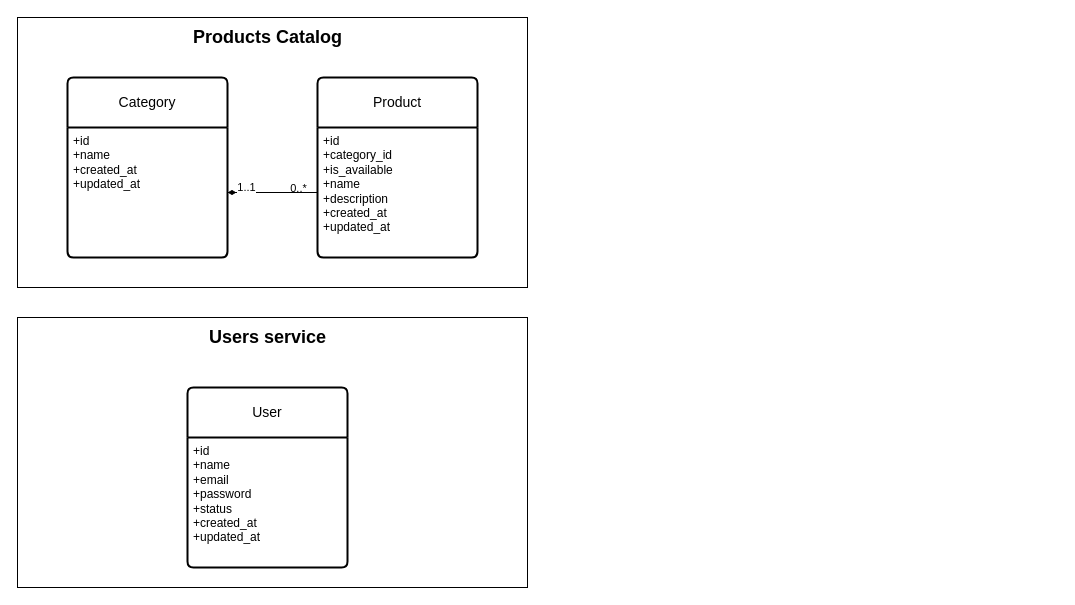
gustavoc0imbra/petshop-seuamigao keeps this draw.io diagram as data-architecure.drawio. Above is the earlier version. Source tidied: cells renumbered, new cells numbered last; positions are measured from the earlier drawing's top-left corner, leaving out a move shared by most shapes. Both pictures are drawn from the tidied source at 100%, with x=0, y=0 at pixel (17, 17).
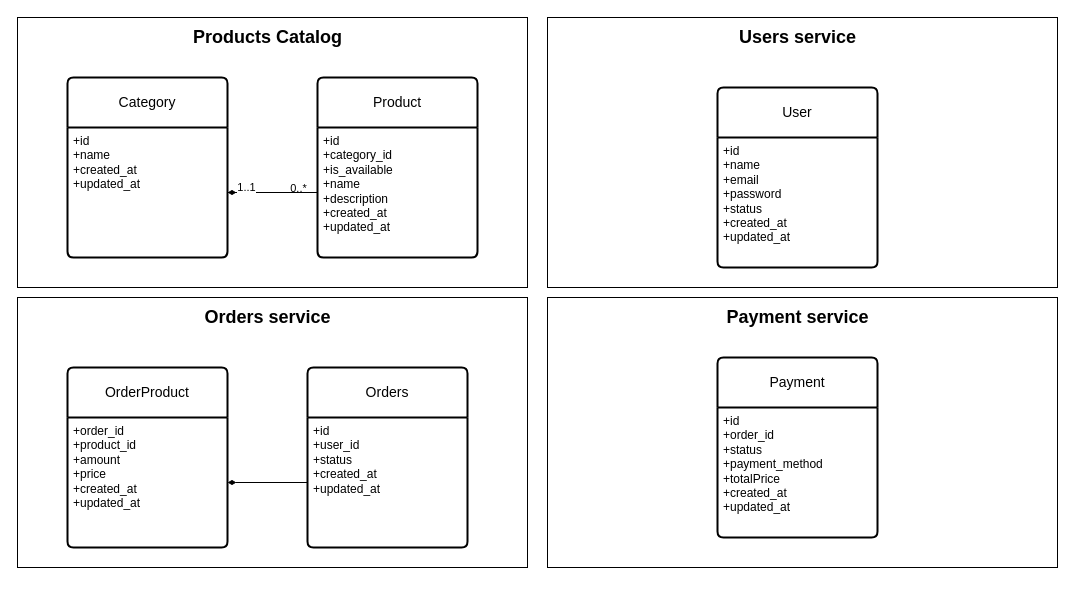
After the change.

Commit message:
Create anothers data diagram

Diff of the diagram source:
```diff
@@
+    <mxCell id="16" style="group;" parent="1" vertex="1">
+      <mxGeometry x="530" width="510" height="270" as="geometry" />
+    </mxCell>
-    <mxCell id="12" style="rounded=0;whiteSpace=wrap;html=1;" parent="1" vertex="1">
-      <mxGeometry y="300" width="510" height="270" as="geometry" />
+    <mxCell id="12" style="rounded=0;whiteSpace=wrap;html=1;" parent="16" vertex="1">
+      <mxGeometry width="510" height="270" as="geometry" />
     </mxCell>
-    <mxCell id="13" value="User" style="swimlane;horizontal=1;startSize=50;rounded=1;fontSize=14;fontStyle=0;strokeWidth=2;shadow=0;dashed=0;align=center;arcSize=4;whiteSpace=wrap;html=1;" parent="1" vertex="1">
-      <mxGeometry x="170" y="370" width="160" height="180" as="geometry" />
+    <mxCell id="13" value="User" style="swimlane;horizontal=1;startSize=50;rounded=1;fontSize=14;fontStyle=0;strokeWidth=2;shadow=0;dashed=0;align=center;arcSize=4;whiteSpace=wrap;html=1;" parent="16" vertex="1">
+      <mxGeometry x="170" y="70" width="160" height="180" as="geometry" />
     </mxCell>
@@
-    <mxCell id="15" value="Users service" style="text;html=1;align=center;verticalAlign=middle;strokeColor=none;fillColor=none;fontSize=18;fontStyle=1;" parent="1" vertex="1">
-      <mxGeometry x="185" y="300" width="130" height="40" as="geometry" />
+    <mxCell id="15" value="Users service" style="text;html=1;align=center;verticalAlign=middle;strokeColor=none;fillColor=none;fontSize=18;fontStyle=1;" parent="16" vertex="1">
+      <mxGeometry x="185" width="130" height="40" as="geometry" />
     </mxCell>
+    <mxCell id="17" style="group;" parent="1" vertex="1">
+      <mxGeometry y="280" width="510" height="270" as="geometry" />
+    </mxCell>
+    <mxCell id="18" style="rounded=0;whiteSpace=wrap;html=1;" parent="17" vertex="1">
+      <mxGeometry width="510" height="270" as="geometry" />
+    </mxCell>
+    <mxCell id="19" value="Orders" style="swimlane;horizontal=1;startSize=50;rounded=1;fontSize=14;fontStyle=0;strokeWidth=2;shadow=0;dashed=0;align=center;arcSize=4;whiteSpace=wrap;html=1;" parent="17" vertex="1">
+      <mxGeometry x="290" y="70" width="160" height="180" as="geometry" />
+    </mxCell>
+    <mxCell id="20" value="+id&lt;div&gt;+user_id&lt;br&gt;&lt;div&gt;+status&lt;br&gt;&lt;div&gt;+created_at&lt;/div&gt;&lt;div&gt;+updated_at&lt;/div&gt;&lt;/div&gt;&lt;/div&gt;" style="align=left;strokeColor=none;fillColor=none;spacingLeft=4;spacingRight=4;fontSize=12;verticalAlign=top;html=1;whiteSpace=wrap;" parent="19" vertex="1">
+      <mxGeometry y="50" width="160" height="130" as="geometry" />
+    </mxCell>
+    <mxCell id="21" value="Orders service" style="text;html=1;align=center;verticalAlign=middle;strokeColor=none;fillColor=none;fontSize=18;fontStyle=1;" parent="17" vertex="1">
+      <mxGeometry x="180" width="140" height="40" as="geometry" />
+    </mxCell>
+    <mxCell id="22" value="OrderProduct" style="swimlane;horizontal=1;startSize=50;rounded=1;fontSize=14;fontStyle=0;strokeWidth=2;shadow=0;dashed=0;align=center;arcSize=4;whiteSpace=wrap;html=1;" parent="17" vertex="1">
+      <mxGeometry x="50" y="70" width="160" height="180" as="geometry" />
+    </mxCell>
+    <mxCell id="23" value="+order_id&lt;div&gt;+product_id&lt;br&gt;+amount&lt;br&gt;+price&lt;br&gt;&lt;div&gt;+created_at&lt;/div&gt;&lt;div&gt;+updated_at&lt;/div&gt;&lt;/div&gt;" style="align=left;strokeColor=none;fillColor=none;spacingLeft=4;spacingRight=4;fontSize=12;verticalAlign=top;html=1;whiteSpace=wrap;" parent="22" vertex="1">
+      <mxGeometry y="50" width="160" height="130" as="geometry" />
+    </mxCell>
+    <mxCell id="24" style="edgeStyle=orthogonalEdgeStyle;rounded=0;jettySize=auto;html=1;entryX=1;entryY=0.5;entryDx=0;entryDy=0;endArrow=diamondThin;endFill=1;" parent="17" edge="1" source="20" target="23">
+      <mxGeometry relative="1" as="geometry" />
+    </mxCell>
+    <mxCell id="25" style="group;" parent="1" vertex="1">
+      <mxGeometry x="530" y="280" width="510" height="270" as="geometry" />
+    </mxCell>
+    <mxCell id="26" style="rounded=0;whiteSpace=wrap;html=1;" parent="25" vertex="1">
+      <mxGeometry width="510" height="270" as="geometry" />
+    </mxCell>
+    <mxCell id="27" value="Payment" style="swimlane;horizontal=1;startSize=50;rounded=1;fontSize=14;fontStyle=0;strokeWidth=2;shadow=0;dashed=0;align=center;arcSize=4;whiteSpace=wrap;html=1;" parent="25" vertex="1">
+      <mxGeometry x="170" y="60" width="160" height="180" as="geometry" />
+    </mxCell>
+    <mxCell id="28" value="+id&lt;div&gt;+order_id&lt;br&gt;&lt;div&gt;+status&lt;/div&gt;&lt;div&gt;+payment_method&lt;/div&gt;&lt;div&gt;+totalPrice&lt;br&gt;&lt;div&gt;+created_at&lt;/div&gt;&lt;div&gt;+updated_at&lt;/div&gt;&lt;/div&gt;&lt;/div&gt;" style="align=left;strokeColor=none;fillColor=none;spacingLeft=4;spacingRight=4;fontSize=12;verticalAlign=top;html=1;whiteSpace=wrap;" parent="27" vertex="1">
+      <mxGeometry y="50" width="160" height="130" as="geometry" />
+    </mxCell>
+    <mxCell id="29" value="Payment service" style="text;html=1;align=center;verticalAlign=middle;strokeColor=none;fillColor=none;fontSize=18;fontStyle=1;" parent="25" vertex="1">
+      <mxGeometry x="170" width="160" height="40" as="geometry" />
+    </mxCell>
```
